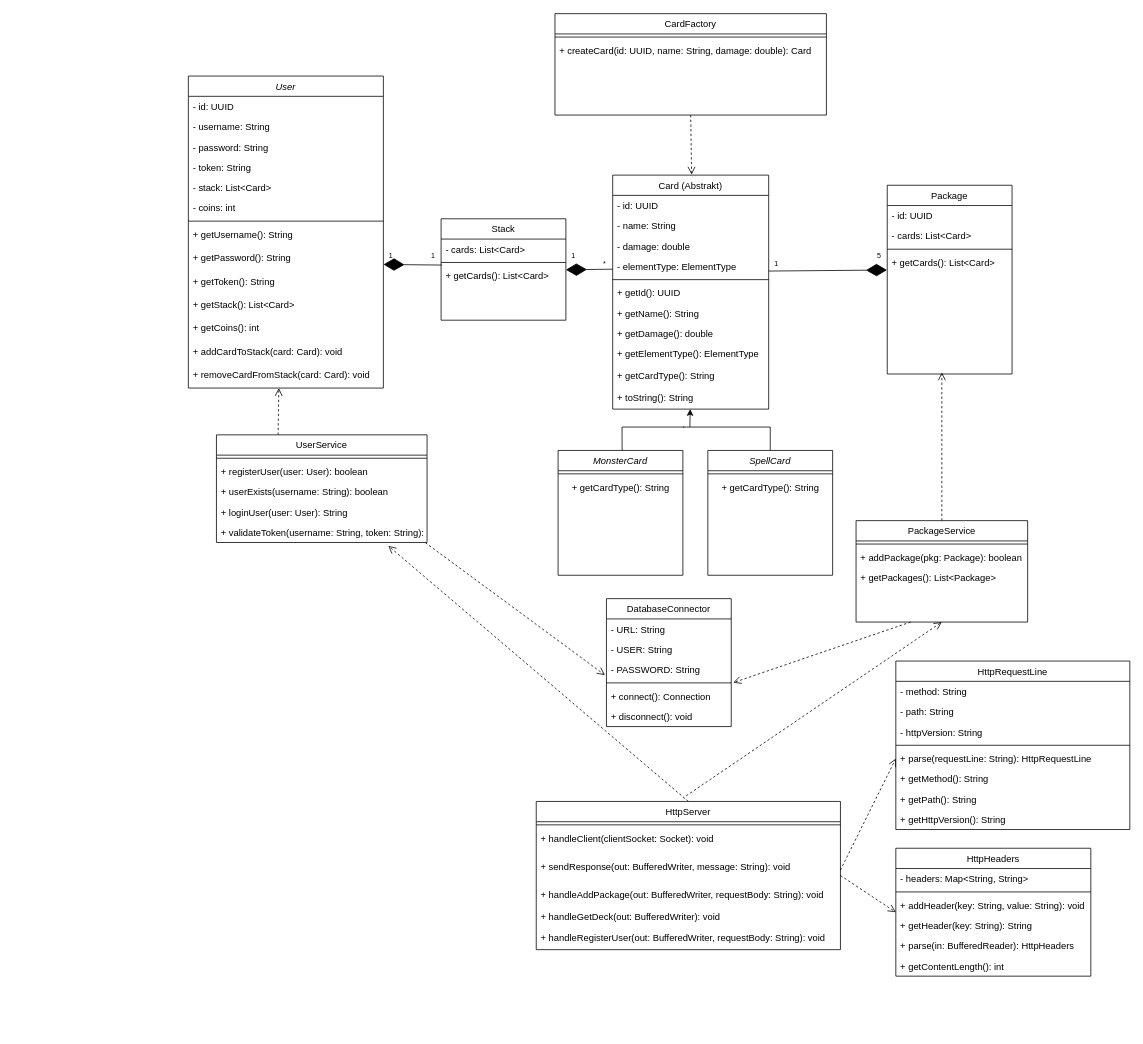
Before: Dokumentation/Klassendiagramm_Semesterprojekt.drawio in Marcel19985/MCTG_Goessl, a draw.io diagram. Source tidied: cells renumbered, new cells numbered last; positions are measured from the earlier drawing's top-left corner, leaving out a move shared by most shapes. Both pictures are drawn from the tidied source at 78%, with x=0, y=0 at pixel (188, 13).
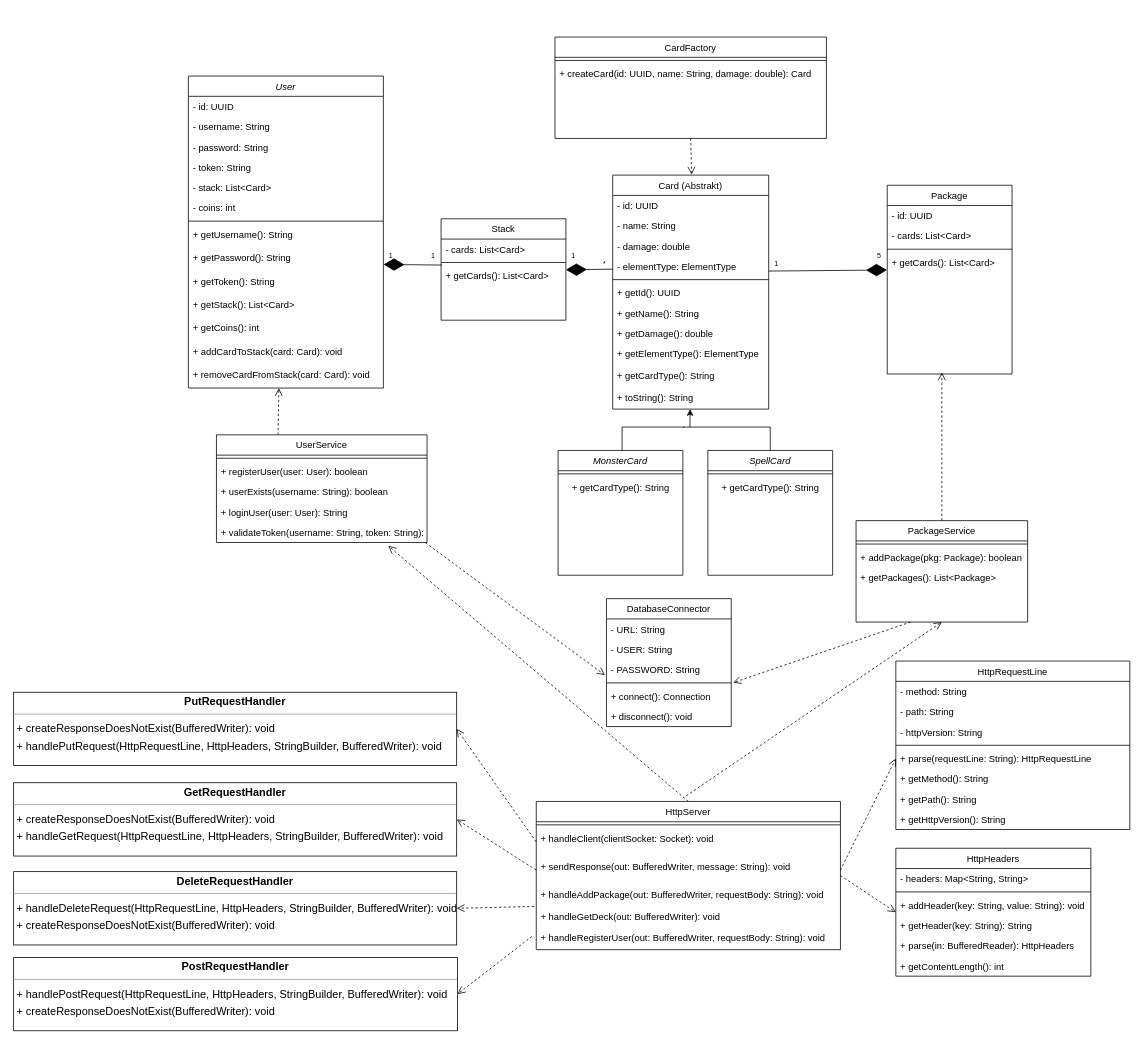
Above is the later version.

Commit message (it also covers changes not shown here):
Klassendiagramm überarbeitet, Protokoll geschrieben

The change refers to these unchanged cells:
```xml
<mxCell id="74" value="+ handleClient(clientSocket: Socket): void" style="text;align=left;verticalAlign=top;spacingLeft=4;spacingRight=4;overflow=hidden;points=[[0,0.5],[1,0.5]];portConstraint=eastwest;" parent="72" vertex="1">
  <mxGeometry y="34" width="390" height="36" as="geometry" />
</mxCell>
<mxCell id="75" value="+ sendResponse(out: BufferedWriter, message: String): void" style="text;align=left;verticalAlign=top;spacingLeft=4;spacingRight=4;overflow=hidden;points=[[0,0.5],[1,0.5]];portConstraint=eastwest;" parent="72" vertex="1">
  <mxGeometry y="70" width="390" height="36" as="geometry" />
</mxCell>
<mxCell id="77" value="+ handleGetDeck(out: BufferedWriter): void" style="text;align=left;verticalAlign=top;spacingLeft=4;spacingRight=4;overflow=hidden;points=[[0,0.5],[1,0.5]];portConstraint=eastwest;" parent="72" vertex="1">
  <mxGeometry y="134" width="390" height="28" as="geometry" />
</mxCell>
<mxCell id="78" value="+ handleRegisterUser(out: BufferedWriter, requestBody: String): void" style="text;align=left;verticalAlign=top;spacingLeft=4;spacingRight=4;overflow=hidden;points=[[0,0.5],[1,0.5]];portConstraint=eastwest;" parent="72" vertex="1">
  <mxGeometry y="162" width="390" height="28" as="geometry" />
</mxCell>
```

What changed in the source:
```diff
@@
     <mxCell id="68" value="CardFactory" style="swimlane;fontStyle=0;align=center;verticalAlign=top;horizontal=1;startSize=26;rounded=0;shadow=0;strokeWidth=1;" parent="1" vertex="1">
-      <mxGeometry x="470" width="348" height="130" as="geometry" />
+      <mxGeometry x="470" y="30" width="348" height="130" as="geometry" />
     </mxCell>
@@
+    <mxCell id="108" value="&lt;p style=&quot;margin:0px;margin-top:4px;text-align:center;&quot;&gt;&lt;b&gt;PutRequestHandler&lt;/b&gt;&lt;/p&gt;&lt;hr size=&quot;1&quot;/&gt;&lt;p style=&quot;margin:0 0 0 4px;line-height:1.6;&quot;&gt;+ createResponseDoesNotExist(BufferedWriter): void&lt;br/&gt;+ handlePutRequest(HttpRequestLine, HttpHeaders, StringBuilder, BufferedWriter): void&lt;/p&gt;" style="verticalAlign=top;align=left;overflow=fill;fontSize=14;fontFamily=Helvetica;html=1;rounded=0;shadow=0;comic=0;labelBackgroundColor=none;strokeWidth=1;" parent="1" vertex="1">
+      <mxGeometry x="-224" y="870" width="568" height="94" as="geometry" />
+    </mxCell>
+    <mxCell id="109" value="&lt;p style=&quot;margin:0px;margin-top:4px;text-align:center;&quot;&gt;&lt;b&gt;GetRequestHandler&lt;/b&gt;&lt;/p&gt;&lt;hr size=&quot;1&quot;/&gt;&lt;p style=&quot;margin:0 0 0 4px;line-height:1.6;&quot;&gt;+ createResponseDoesNotExist(BufferedWriter): void&lt;br/&gt;+ handleGetRequest(HttpRequestLine, HttpHeaders, StringBuilder, BufferedWriter): void&lt;/p&gt;" style="verticalAlign=top;align=left;overflow=fill;fontSize=14;fontFamily=Helvetica;html=1;rounded=0;shadow=0;comic=0;labelBackgroundColor=none;strokeWidth=1;" parent="1" vertex="1">
+      <mxGeometry x="-224" y="986" width="568" height="94" as="geometry" />
+    </mxCell>
+    <mxCell id="110" value="&lt;p style=&quot;margin:0px;margin-top:4px;text-align:center;&quot;&gt;&lt;b&gt;DeleteRequestHandler&lt;/b&gt;&lt;/p&gt;&lt;hr size=&quot;1&quot;/&gt;&lt;p style=&quot;margin:0 0 0 4px;line-height:1.6;&quot;&gt;+ handleDeleteRequest(HttpRequestLine, HttpHeaders, StringBuilder, BufferedWriter): void&lt;br/&gt;+ createResponseDoesNotExist(BufferedWriter): void&lt;/p&gt;" style="verticalAlign=top;align=left;overflow=fill;fontSize=14;fontFamily=Helvetica;html=1;rounded=0;shadow=0;comic=0;labelBackgroundColor=none;strokeWidth=1;" parent="1" vertex="1">
+      <mxGeometry x="-224" y="1100" width="568" height="94" as="geometry" />
+    </mxCell>
+    <mxCell id="111" value="&lt;p style=&quot;margin:0px;margin-top:4px;text-align:center;&quot;&gt;&lt;b&gt;PostRequestHandler&lt;/b&gt;&lt;/p&gt;&lt;hr size=&quot;1&quot;/&gt;&lt;p style=&quot;margin:0 0 0 4px;line-height:1.6;&quot;&gt;+ handlePostRequest(HttpRequestLine, HttpHeaders, StringBuilder, BufferedWriter): void&lt;br/&gt;+ createResponseDoesNotExist(BufferedWriter): void&lt;/p&gt;" style="verticalAlign=top;align=left;overflow=fill;fontSize=14;fontFamily=Helvetica;html=1;rounded=0;shadow=0;comic=0;labelBackgroundColor=none;strokeWidth=1;" parent="1" vertex="1">
+      <mxGeometry x="-224" y="1210" width="569" height="94" as="geometry" />
+    </mxCell>
+    <mxCell id="112" style="html=1;verticalAlign=bottom;endArrow=open;dashed=1;endSize=8;curved=0;rounded=0;entryX=1;entryY=0.5;entryDx=0;entryDy=0;exitX=0;exitY=0.5;exitDx=0;exitDy=0;" parent="1" edge="1" source="74" target="108">
+      <mxGeometry relative="1" as="geometry" />
+    </mxCell>
+    <mxCell id="113" style="html=1;verticalAlign=bottom;endArrow=open;dashed=1;endSize=8;curved=0;rounded=0;entryX=1;entryY=0.5;entryDx=0;entryDy=0;exitX=0;exitY=0.5;exitDx=0;exitDy=0;" parent="1" edge="1" source="75" target="109">
+      <mxGeometry relative="1" as="geometry" />
+    </mxCell>
+    <mxCell id="114" style="html=1;verticalAlign=bottom;endArrow=open;dashed=1;endSize=8;curved=0;rounded=0;entryX=1;entryY=0.5;entryDx=0;entryDy=0;exitX=-0.007;exitY=0.023;exitDx=0;exitDy=0;exitPerimeter=0;" parent="1" edge="1" source="77" target="110">
+      <mxGeometry relative="1" as="geometry" />
+    </mxCell>
+    <mxCell id="115" style="html=1;verticalAlign=bottom;endArrow=open;dashed=1;endSize=8;curved=0;rounded=0;entryX=1;entryY=0.5;entryDx=0;entryDy=0;exitX=-0.014;exitY=0.393;exitDx=0;exitDy=0;exitPerimeter=0;" parent="1" edge="1" source="78" target="111">
+      <mxGeometry relative="1" as="geometry" />
+    </mxCell>
```
